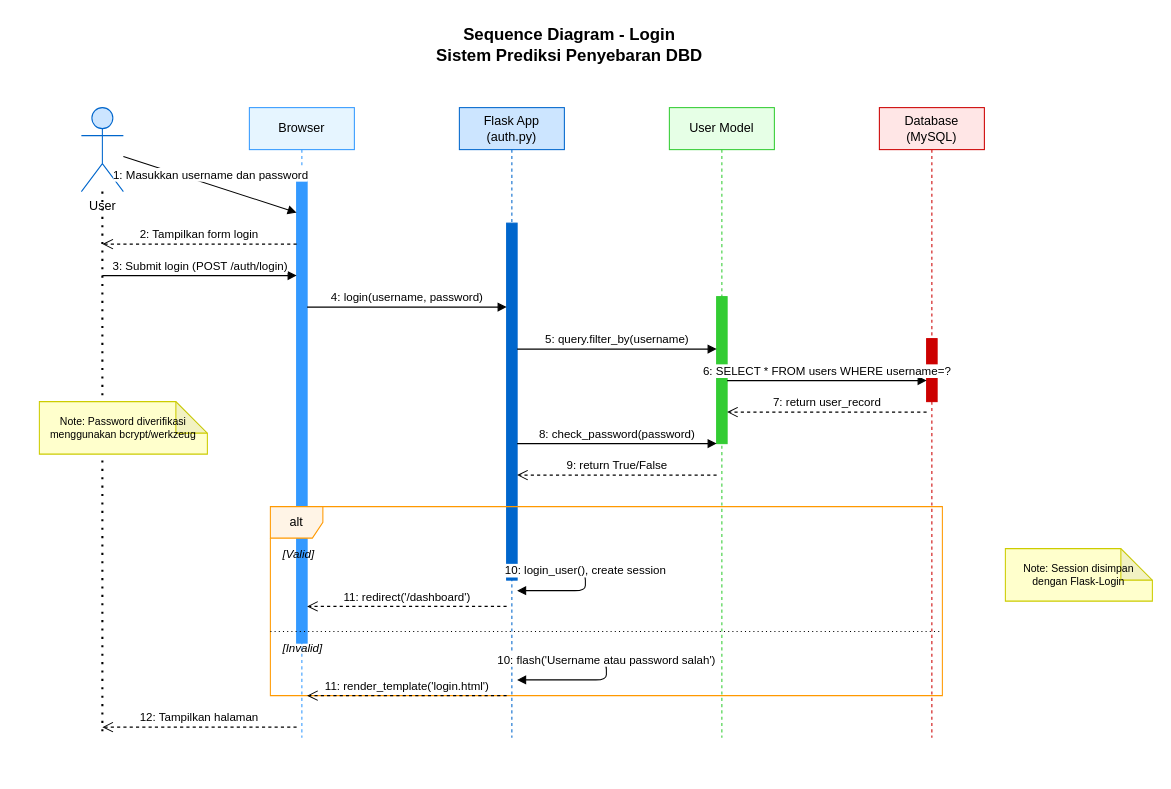
This is Dokumen/UML/sequence_diagram_login.drawio from Suwardi87/prediksi-DBD, a draw.io file, before an edit. Source tidied: cells renumbered, new cells numbered last; positions are measured from the earlier drawing's top-left corner, leaving out a move shared by most shapes. Both pictures are drawn from the tidied source at 105%, with x=0, y=0 at pixel (39, 23).
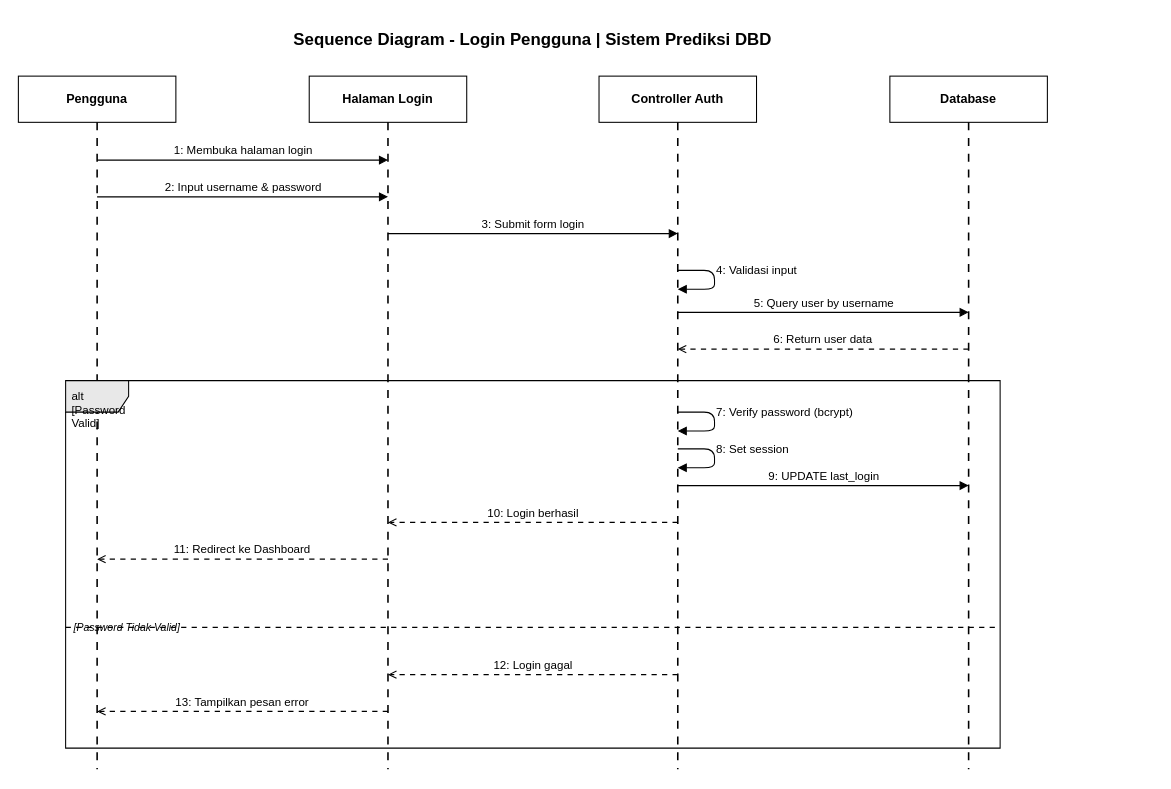
The same page after the edit.

What changed in the source:
```diff
@@
-    <mxCell id="2" value="Sequence Diagram - Login&#10;Sistem Prediksi Penyebaran DBD" style="text;html=1;strokeColor=none;fillColor=none;align=center;verticalAlign=middle;whiteSpace=wrap;rounded=0;fontSize=16;fontStyle=1;" parent="1" vertex="1">
-      <mxGeometry x="305" width="400" height="40" as="geometry" />
-    </mxCell>
-    <mxCell id="3" value="User" style="shape=umlActor;verticalLabelPosition=bottom;verticalAlign=top;html=1;fillColor=#CCE5FF;strokeColor=#0066CC;" parent="1" vertex="1">
-      <mxGeometry x="40" y="80" width="40" height="80" as="geometry" />
-    </mxCell>
-    <mxCell id="4" style="endArrow=none;dashed=1;html=1;dashPattern=1 3;strokeWidth=2;exitX=0.5;exitY=1;exitDx=0;exitDy=0;" parent="1" edge="1" source="3">
-      <mxGeometry relative="1" as="geometry">
-        <mxPoint x="60" y="680" as="targetPoint" />
-      </mxGeometry>
-    </mxCell>
-    <mxCell id="5" value="Browser" style="shape=umlLifeline;perimeter=lifelinePerimeter;whiteSpace=wrap;html=1;fillColor=#E6F5FF;strokeColor=#3399FF;" parent="1" vertex="1">
-      <mxGeometry x="200" y="80" width="100" height="600" as="geometry" />
-    </mxCell>
-    <mxCell id="6" style="html=1;perimeter=orthogonalPerimeter;fillColor=#3399FF;strokeColor=#3399FF;" parent="5" vertex="1">
-      <mxGeometry x="45" y="70" width="10" height="440" as="geometry" />
-    </mxCell>
-    <mxCell id="7" value="Flask App&#10;(auth.py)" style="shape=umlLifeline;perimeter=lifelinePerimeter;whiteSpace=wrap;html=1;fillColor=#CCE5FF;strokeColor=#0066CC;" parent="1" vertex="1">
-      <mxGeometry x="400" y="80" width="100" height="600" as="geometry" />
-    </mxCell>
-    <mxCell id="8" style="html=1;perimeter=orthogonalPerimeter;fillColor=#0066CC;strokeColor=#0066CC;" parent="7" vertex="1">
-      <mxGeometry x="45" y="110" width="10" height="340" as="geometry" />
-    </mxCell>
-    <mxCell id="9" value="User Model" style="shape=umlLifeline;perimeter=lifelinePerimeter;whiteSpace=wrap;html=1;fillColor=#E6FFE6;strokeColor=#33CC33;" parent="1" vertex="1">
-      <mxGeometry x="600" y="80" width="100" height="600" as="geometry" />
-    </mxCell>
-    <mxCell id="10" style="html=1;perimeter=orthogonalPerimeter;fillColor=#33CC33;strokeColor=#33CC33;" parent="9" vertex="1">
-      <mxGeometry x="45" y="180" width="10" height="140" as="geometry" />
-    </mxCell>
-    <mxCell id="11" value="Database&#10;(MySQL)" style="shape=umlLifeline;perimeter=lifelinePerimeter;whiteSpace=wrap;html=1;fillColor=#FFE6E6;strokeColor=#CC0000;" parent="1" vertex="1">
-      <mxGeometry x="800" y="80" width="100" height="600" as="geometry" />
-    </mxCell>
-    <mxCell id="12" style="html=1;perimeter=orthogonalPerimeter;fillColor=#CC0000;strokeColor=#CC0000;" parent="11" vertex="1">
-      <mxGeometry x="45" y="220" width="10" height="60" as="geometry" />
-    </mxCell>
+    <mxCell id="33" value="Sequence Diagram - Login Pengguna | Sistem Prediksi DBD" style="text;html=1;strokeColor=none;fillColor=none;align=center;verticalAlign=middle;whiteSpace=wrap;fontColor=#000000;fontSize=16;fontStyle=1;" parent="1" vertex="1">
+      <mxGeometry x="120" y="-5" width="700" height="40" as="geometry" />
+    </mxCell>
+    <mxCell id="34" value="Pengguna" style="rounded=0;whiteSpace=wrap;html=1;fillColor=#FFFFFF;strokeColor=#000000;fontColor=#000000;fontSize=12;fontStyle=1;" parent="1" vertex="1">
+      <mxGeometry x="-20" y="50" width="150" height="44" as="geometry" />
+    </mxCell>
+    <mxCell id="35" style="endArrow=none;dashed=1;html=1;dashPattern=5 5;strokeColor=#000000;strokeWidth=1.5;" parent="1" edge="1">
+      <mxGeometry relative="1" as="geometry">
+        <mxPoint x="55" y="94" as="sourcePoint" />
+        <mxPoint x="55" y="710" as="targetPoint" />
+      </mxGeometry>
+    </mxCell>
+    <mxCell id="36" value="Halaman Login" style="rounded=0;whiteSpace=wrap;html=1;fillColor=#FFFFFF;strokeColor=#000000;fontColor=#000000;fontSize=12;fontStyle=1;" parent="1" vertex="1">
+      <mxGeometry x="257" y="50" width="150" height="44" as="geometry" />
+    </mxCell>
+    <mxCell id="37" style="endArrow=none;dashed=1;html=1;dashPattern=5 5;strokeColor=#000000;strokeWidth=1.5;" parent="1" edge="1">
+      <mxGeometry relative="1" as="geometry">
+        <mxPoint x="332" y="94" as="sourcePoint" />
+        <mxPoint x="332" y="710" as="targetPoint" />
+      </mxGeometry>
+    </mxCell>
+    <mxCell id="38" value="Controller Auth" style="rounded=0;whiteSpace=wrap;html=1;fillColor=#FFFFFF;strokeColor=#000000;fontColor=#000000;fontSize=12;fontStyle=1;" parent="1" vertex="1">
+      <mxGeometry x="533" y="50" width="150" height="44" as="geometry" />
+    </mxCell>
+    <mxCell id="39" style="endArrow=none;dashed=1;html=1;dashPattern=5 5;strokeColor=#000000;strokeWidth=1.5;" parent="1" edge="1">
+      <mxGeometry relative="1" as="geometry">
+        <mxPoint x="608" y="94" as="sourcePoint" />
+        <mxPoint x="608" y="710" as="targetPoint" />
+      </mxGeometry>
+    </mxCell>
+    <mxCell id="40" value="Database" style="rounded=0;whiteSpace=wrap;html=1;fillColor=#FFFFFF;strokeColor=#000000;fontColor=#000000;fontSize=12;fontStyle=1;" parent="1" vertex="1">
+      <mxGeometry x="810" y="50" width="150" height="44" as="geometry" />
+    </mxCell>
+    <mxCell id="41" style="endArrow=none;dashed=1;html=1;dashPattern=5 5;strokeColor=#000000;strokeWidth=1.5;" parent="1" edge="1">
+      <mxGeometry relative="1" as="geometry">
+        <mxPoint x="885" y="94" as="sourcePoint" />
+        <mxPoint x="885" y="710" as="targetPoint" />
+      </mxGeometry>
+    </mxCell>
+    <mxCell id="42" value="alt  [Password Valid]" style="shape=umlFrame;whiteSpace=wrap;html=1;fillColor=#E8E8E8;strokeColor=#000000;fontColor=#000000;fontSize=11;align=left;verticalAlign=top;spacingLeft=4;spacingTop=2;tabWidth=180;tabHeight=18;" parent="1" vertex="1">
+      <mxGeometry x="25" y="340" width="890" height="350" as="geometry" />
+    </mxCell>
+    <mxCell id="43" style="endArrow=none;dashed=1;html=1;dashPattern=5 5;strokeColor=#000000;strokeWidth=1;" parent="1" edge="1">
+      <mxGeometry relative="1" as="geometry">
+        <mxPoint x="25" y="575" as="sourcePoint" />
+        <mxPoint x="915" y="575" as="targetPoint" />
+      </mxGeometry>
+    </mxCell>
+    <mxCell id="44" value="[Password Tidak Valid]" style="text;html=1;strokeColor=none;fillColor=none;align=left;verticalAlign=middle;whiteSpace=wrap;fontColor=#000000;fontSize=10;fontStyle=2;" parent="1" vertex="1">
+      <mxGeometry x="31" y="567" width="300" height="16" as="geometry" />
+    </mxCell>
+    <mxCell id="45" value="1: Membuka halaman login" style="html=1;align=center;verticalAlign=bottom;endArrow=block;strokeColor=#000000;fontColor=#000000;endFill=1;fontSize=11;" parent="1" edge="1">
+      <mxGeometry relative="1" as="geometry">
+        <mxPoint x="55" y="130" as="sourcePoint" />
+        <mxPoint x="332" y="130" as="targetPoint" />
+      </mxGeometry>
+    </mxCell>
-    <mxCell id="13" value="1: Masukkan username dan password" style="html=1;verticalAlign=bottom;endArrow=block;entryX=0;entryY=0;entryDx=0;entryDy=5;" parent="1" edge="1" source="3">
+    <mxCell id="13" value="2: Input username &amp; password" style="html=1;align=center;verticalAlign=bottom;endArrow=block;strokeColor=#000000;fontColor=#000000;endFill=1;fontSize=11;" parent="1" edge="1">
       <mxGeometry relative="1" as="geometry">
-        <mxPoint x="245" y="180" as="targetPoint" />
+        <mxPoint x="55" y="165" as="sourcePoint" />
+        <mxPoint x="332" y="165" as="targetPoint" />
       </mxGeometry>
     </mxCell>
-    <mxCell id="14" value="2: Tampilkan form login" style="html=1;verticalAlign=bottom;endArrow=open;dashed=1;endSize=8;exitX=0;exitY=0.95;entryDx=0;entryDy=0;" parent="1" edge="1">
+    <mxCell id="14" value="3: Submit form login" style="html=1;align=center;verticalAlign=bottom;endArrow=block;strokeColor=#000000;fontColor=#000000;endFill=1;fontSize=11;" parent="1" edge="1">
       <mxGeometry relative="1" as="geometry">
-        <mxPoint x="245" y="210" as="sourcePoint" />
-        <mxPoint x="60" y="210" as="targetPoint" />
+        <mxPoint x="332" y="200" as="sourcePoint" />
+        <mxPoint x="608" y="200" as="targetPoint" />
       </mxGeometry>
     </mxCell>
-    <mxCell id="15" value="3: Submit login (POST /auth/login)" style="html=1;verticalAlign=bottom;endArrow=block;" parent="1" edge="1">
+    <mxCell id="15" value="4: Validasi input" style="html=1;align=left;verticalAlign=bottom;endArrow=block;strokeColor=#000000;fontColor=#000000;endFill=1;fontSize=11;" parent="1" edge="1">
       <mxGeometry relative="1" as="geometry">
-        <mxPoint x="60" y="240" as="sourcePoint" />
-        <mxPoint x="245" y="240" as="targetPoint" />
+        <mxPoint x="608" y="235" as="sourcePoint" />
+        <mxPoint x="608" y="253" as="targetPoint" />
+        <Array as="points">
+          <mxPoint x="643" y="235" />
+          <mxPoint x="643" y="253" />
+        </Array>
       </mxGeometry>
     </mxCell>
-    <mxCell id="16" value="4: login(username, password)" style="html=1;verticalAlign=bottom;endArrow=block;" parent="1" edge="1">
+    <mxCell id="16" value="5: Query user by username" style="html=1;align=center;verticalAlign=bottom;endArrow=block;strokeColor=#000000;fontColor=#000000;endFill=1;fontSize=11;" parent="1" edge="1">
       <mxGeometry relative="1" as="geometry">
-        <mxPoint x="255" y="270" as="sourcePoint" />
-        <mxPoint x="445" y="270" as="targetPoint" />
+        <mxPoint x="608" y="275" as="sourcePoint" />
+        <mxPoint x="885" y="275" as="targetPoint" />
       </mxGeometry>
     </mxCell>
-    <mxCell id="17" value="5: query.filter_by(username)" style="html=1;verticalAlign=bottom;endArrow=block;" parent="1" edge="1">
+    <mxCell id="17" value="6: Return user data" style="html=1;align=center;verticalAlign=bottom;endArrow=open;dashed=1;dashPattern=5 5;strokeColor=#000000;fontColor=#000000;endFill=0;fontSize=11;" parent="1" edge="1">
       <mxGeometry relative="1" as="geometry">
-        <mxPoint x="455" y="310" as="sourcePoint" />
-        <mxPoint x="645" y="310" as="targetPoint" />
+        <mxPoint x="885" y="310" as="sourcePoint" />
+        <mxPoint x="608" y="310" as="targetPoint" />
       </mxGeometry>
     </mxCell>
-    <mxCell id="18" value="6: SELECT * FROM users WHERE username=?" style="html=1;verticalAlign=bottom;endArrow=block;" parent="1" edge="1">
+    <mxCell id="18" value="7: Verify password (bcrypt)" style="html=1;align=left;verticalAlign=bottom;endArrow=block;strokeColor=#000000;fontColor=#000000;endFill=1;fontSize=11;" parent="1" edge="1">
       <mxGeometry relative="1" as="geometry">
-        <mxPoint x="655" y="340" as="sourcePoint" />
-        <mxPoint x="845" y="340" as="targetPoint" />
+        <mxPoint x="608" y="370" as="sourcePoint" />
+        <mxPoint x="608" y="388" as="targetPoint" />
+        <Array as="points">
+          <mxPoint x="643" y="370" />
+          <mxPoint x="643" y="388" />
+        </Array>
       </mxGeometry>
     </mxCell>
-    <mxCell id="19" value="7: return user_record" style="html=1;verticalAlign=bottom;endArrow=open;dashed=1;endSize=8;" parent="1" edge="1">
+    <mxCell id="19" value="8: Set session" style="html=1;align=left;verticalAlign=bottom;endArrow=block;strokeColor=#000000;fontColor=#000000;endFill=1;fontSize=11;" parent="1" edge="1">
       <mxGeometry relative="1" as="geometry">
-        <mxPoint x="845" y="370" as="sourcePoint" />
-        <mxPoint x="655" y="370" as="targetPoint" />
+        <mxPoint x="608" y="405" as="sourcePoint" />
+        <mxPoint x="608" y="423" as="targetPoint" />
+        <Array as="points">
+          <mxPoint x="643" y="405" />
+          <mxPoint x="643" y="423" />
+        </Array>
       </mxGeometry>
     </mxCell>
-    <mxCell id="20" value="8: check_password(password)" style="html=1;verticalAlign=bottom;endArrow=block;" parent="1" edge="1">
+    <mxCell id="20" value="9: UPDATE last_login" style="html=1;align=center;verticalAlign=bottom;endArrow=block;strokeColor=#000000;fontColor=#000000;endFill=1;fontSize=11;" parent="1" edge="1">
       <mxGeometry relative="1" as="geometry">
-        <mxPoint x="455" y="400" as="sourcePoint" />
-        <mxPoint x="645" y="400" as="targetPoint" />
+        <mxPoint x="608" y="440" as="sourcePoint" />
+        <mxPoint x="885" y="440" as="targetPoint" />
       </mxGeometry>
     </mxCell>
-    <mxCell id="21" value="9: return True/False" style="html=1;verticalAlign=bottom;endArrow=open;dashed=1;endSize=8;" parent="1" edge="1">
+    <mxCell id="21" value="10: Login berhasil" style="html=1;align=center;verticalAlign=bottom;endArrow=open;dashed=1;dashPattern=5 5;strokeColor=#000000;fontColor=#000000;endFill=0;fontSize=11;" parent="1" edge="1">
       <mxGeometry relative="1" as="geometry">
-        <mxPoint x="645" y="430" as="sourcePoint" />
-        <mxPoint x="455" y="430" as="targetPoint" />
+        <mxPoint x="608" y="475" as="sourcePoint" />
+        <mxPoint x="332" y="475" as="targetPoint" />
       </mxGeometry>
     </mxCell>
-    <mxCell id="22" value="alt" style="shape=umlFrame;whiteSpace=wrap;html=1;width=50;height=30;fillColor=#FFF4E6;strokeColor=#FF9900;" parent="1" vertex="1">
-      <mxGeometry x="220" y="460" width="640" height="180" as="geometry" />
-    </mxCell>
-    <mxCell id="23" value="[Valid]" style="text;html=1;align=left;verticalAlign=middle;fontSize=11;fontStyle=2;" parent="1" vertex="1">
-      <mxGeometry x="230" y="495" width="60" height="20" as="geometry" />
-    </mxCell>
-    <mxCell id="24" value="[Invalid]" style="text;html=1;align=left;verticalAlign=middle;fontSize=11;fontStyle=2;" parent="1" vertex="1">
-      <mxGeometry x="230" y="585" width="60" height="20" as="geometry" />
-    </mxCell>
-    <mxCell id="25" style="line;strokeWidth=1;fillColor=none;align=left;verticalAlign=middle;spacingTop=-1;spacingLeft=3;spacingRight=3;labelPosition=right;dashed=1;dashPattern=1 3;" parent="1" vertex="1">
-      <mxGeometry x="220" y="575" width="640" height="8" as="geometry" />
-    </mxCell>
-    <mxCell id="26" value="10: login_user(), create session" style="html=1;verticalAlign=bottom;endArrow=block;" parent="1" edge="1">
-      <mxGeometry relative="1" as="geometry">
-        <mxPoint x="455" y="520" as="sourcePoint" />
-        <mxPoint x="455" y="540" as="targetPoint" />
-        <Array as="points">
-          <mxPoint x="520" y="520" />
-          <mxPoint x="520" y="540" />
-        </Array>
-      </mxGeometry>
-    </mxCell>
-    <mxCell id="27" value="11: redirect('/dashboard')" style="html=1;verticalAlign=bottom;endArrow=open;dashed=1;endSize=8;" parent="1" edge="1">
-      <mxGeometry relative="1" as="geometry">
-        <mxPoint x="445" y="555" as="sourcePoint" />
-        <mxPoint x="255" y="555" as="targetPoint" />
-      </mxGeometry>
-    </mxCell>
-    <mxCell id="28" value="10: flash('Username atau password salah')" style="html=1;verticalAlign=bottom;endArrow=block;" parent="1" edge="1">
-      <mxGeometry relative="1" as="geometry">
-        <mxPoint x="455" y="605" as="sourcePoint" />
-        <mxPoint x="455" y="625" as="targetPoint" />
-        <Array as="points">
-          <mxPoint x="540" y="605" />
-          <mxPoint x="540" y="625" />
-        </Array>
-      </mxGeometry>
-    </mxCell>
-    <mxCell id="29" value="11: render_template('login.html')" style="html=1;verticalAlign=bottom;endArrow=open;dashed=1;endSize=8;" parent="1" edge="1">
-      <mxGeometry relative="1" as="geometry">
-        <mxPoint x="445" y="640" as="sourcePoint" />
-        <mxPoint x="255" y="640" as="targetPoint" />
-      </mxGeometry>
-    </mxCell>
+    <mxCell id="46" value="11: Redirect ke Dashboard" style="html=1;align=center;verticalAlign=bottom;endArrow=open;dashed=1;dashPattern=5 5;strokeColor=#000000;fontColor=#000000;endFill=0;fontSize=11;" parent="1" edge="1">
+      <mxGeometry relative="1" as="geometry">
+        <mxPoint x="332" y="510" as="sourcePoint" />
+        <mxPoint x="55" y="510" as="targetPoint" />
+      </mxGeometry>
+    </mxCell>
+    <mxCell id="47" value="12: Login gagal" style="html=1;align=center;verticalAlign=bottom;endArrow=open;dashed=1;dashPattern=5 5;strokeColor=#000000;fontColor=#000000;endFill=0;fontSize=11;" parent="1" edge="1">
+      <mxGeometry relative="1" as="geometry">
+        <mxPoint x="608" y="620" as="sourcePoint" />
+        <mxPoint x="332" y="620" as="targetPoint" />
+      </mxGeometry>
+    </mxCell>
-    <mxCell id="30" value="12: Tampilkan halaman" style="html=1;verticalAlign=bottom;endArrow=open;dashed=1;endSize=8;" parent="1" edge="1">
+    <mxCell id="30" value="13: Tampilkan pesan error" style="html=1;align=center;verticalAlign=bottom;endArrow=open;dashed=1;dashPattern=5 5;strokeColor=#000000;fontColor=#000000;endFill=0;fontSize=11;" parent="1" edge="1">
       <mxGeometry relative="1" as="geometry">
-        <mxPoint x="245" y="670" as="sourcePoint" />
-        <mxPoint x="60" y="670" as="targetPoint" />
+        <mxPoint x="332" y="655" as="sourcePoint" />
+        <mxPoint x="55" y="655" as="targetPoint" />
       </mxGeometry>
     </mxCell>
-    <mxCell id="31" value="Note: Password diverifikasi&#10;menggunakan bcrypt/werkzeug" style="shape=note;whiteSpace=wrap;html=1;backgroundOutline=1;darkOpacity=0.05;fillColor=#FFFFCC;strokeColor=#CCCC00;fontSize=10;" parent="1" vertex="1">
-      <mxGeometry y="360" width="160" height="50" as="geometry" />
-    </mxCell>
-    <mxCell id="32" value="Note: Session disimpan&#10;dengan Flask-Login" style="shape=note;whiteSpace=wrap;html=1;backgroundOutline=1;darkOpacity=0.05;fillColor=#FFFFCC;strokeColor=#CCCC00;fontSize=10;" parent="1" vertex="1">
-      <mxGeometry x="920" y="500" width="140" height="50" as="geometry" />
-    </mxCell>
```
